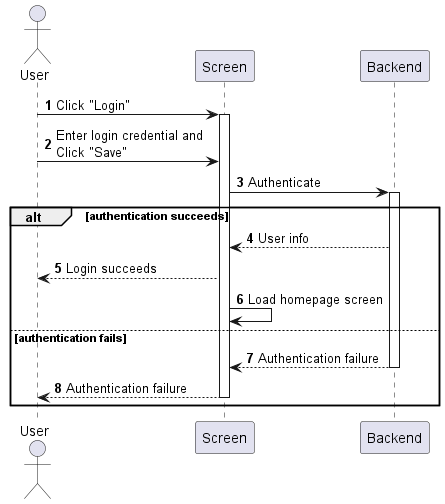
The PlantUML diagram Lab1/Lab1.2/sequences/my-account-login.png in phihungha/SE357-Practice-class, before a commit.
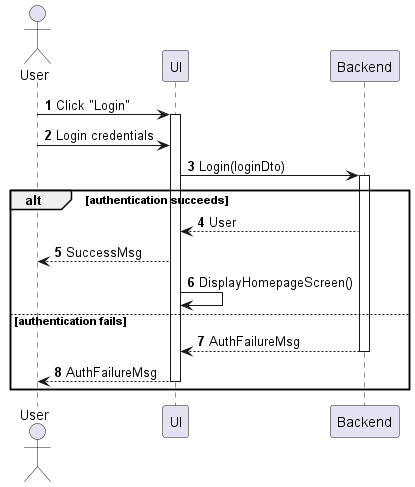
Later version of the same file.

What changed in the source:
```diff
@@ -2,22 +2,22 @@
 autonumber
 
 actor "User" as a
-participant Screen as f
+participant UI as f
 participant Backend as b
 
 a -> f : Click "Login"
 activate f
-a -> f : Enter login credential and\nClick "Save"
-f -> b : Authenticate
+a -> f : Login credentials
+f -> b : Login(loginDto)
 activate b
 
 alt authentication succeeds
-    b --> f : User info
-    f --> a : Login succeeds
-    f -> f : Load homepage screen
+    b --> f : User
+    f --> a : SuccessMsg
+    f -> f : DisplayHomepageScreen()
 else authentication fails
-    return Authentication failure
-    f --> a : Authentication failure
+    return AuthFailureMsg
+    f --> a : AuthFailureMsg
     deactivate f
 end
 @enduml
```
